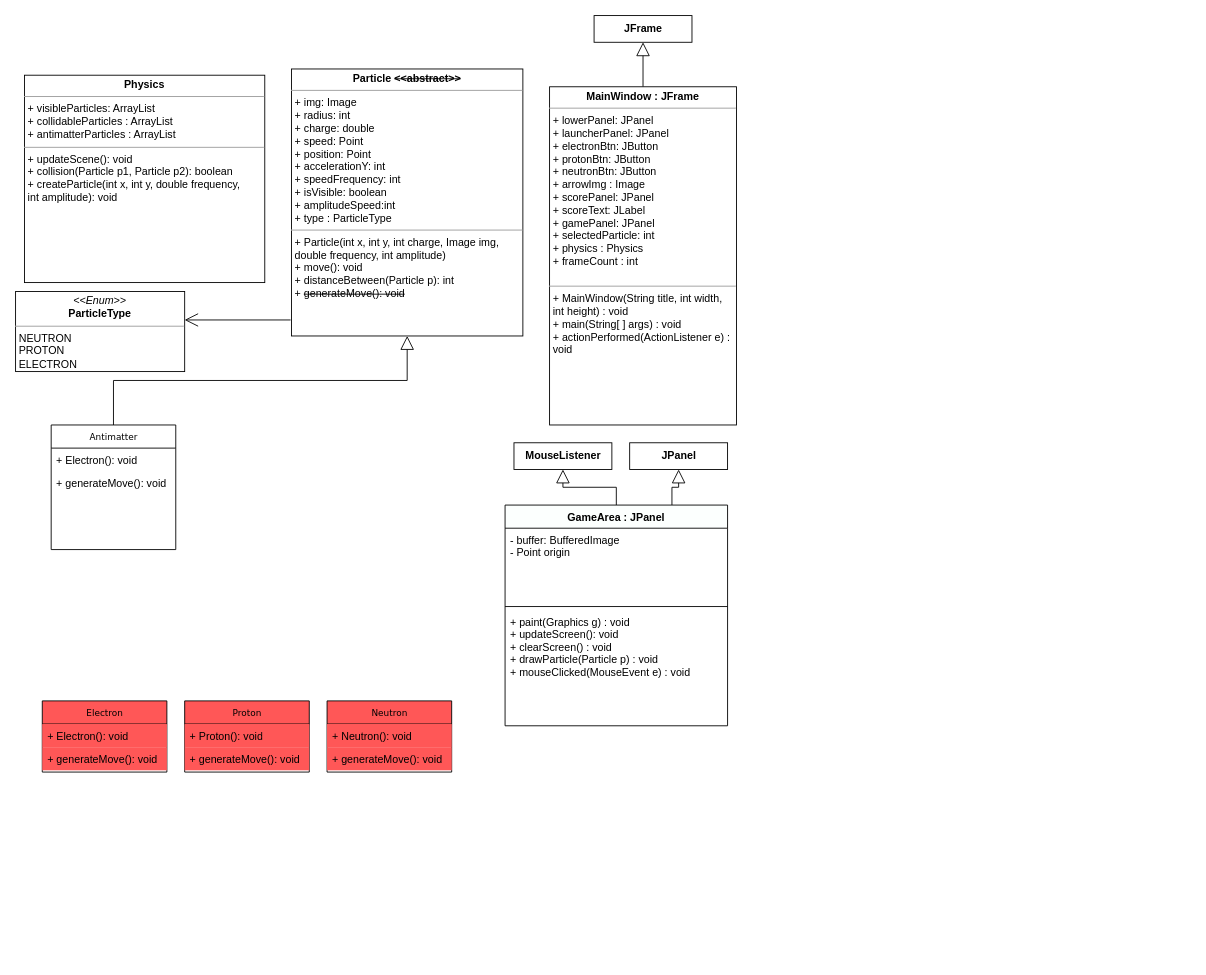
This is DiagrammeUML.drawio from Iman974/Algo_Proj2A, a draw.io file, before an edit. Source tidied: cells renumbered, new cells numbered last; positions are measured from the earlier drawing's top-left corner, leaving out a move shared by most shapes. Both pictures are drawn from the tidied source at 89%, with x=0, y=0 at pixel (15, 15).
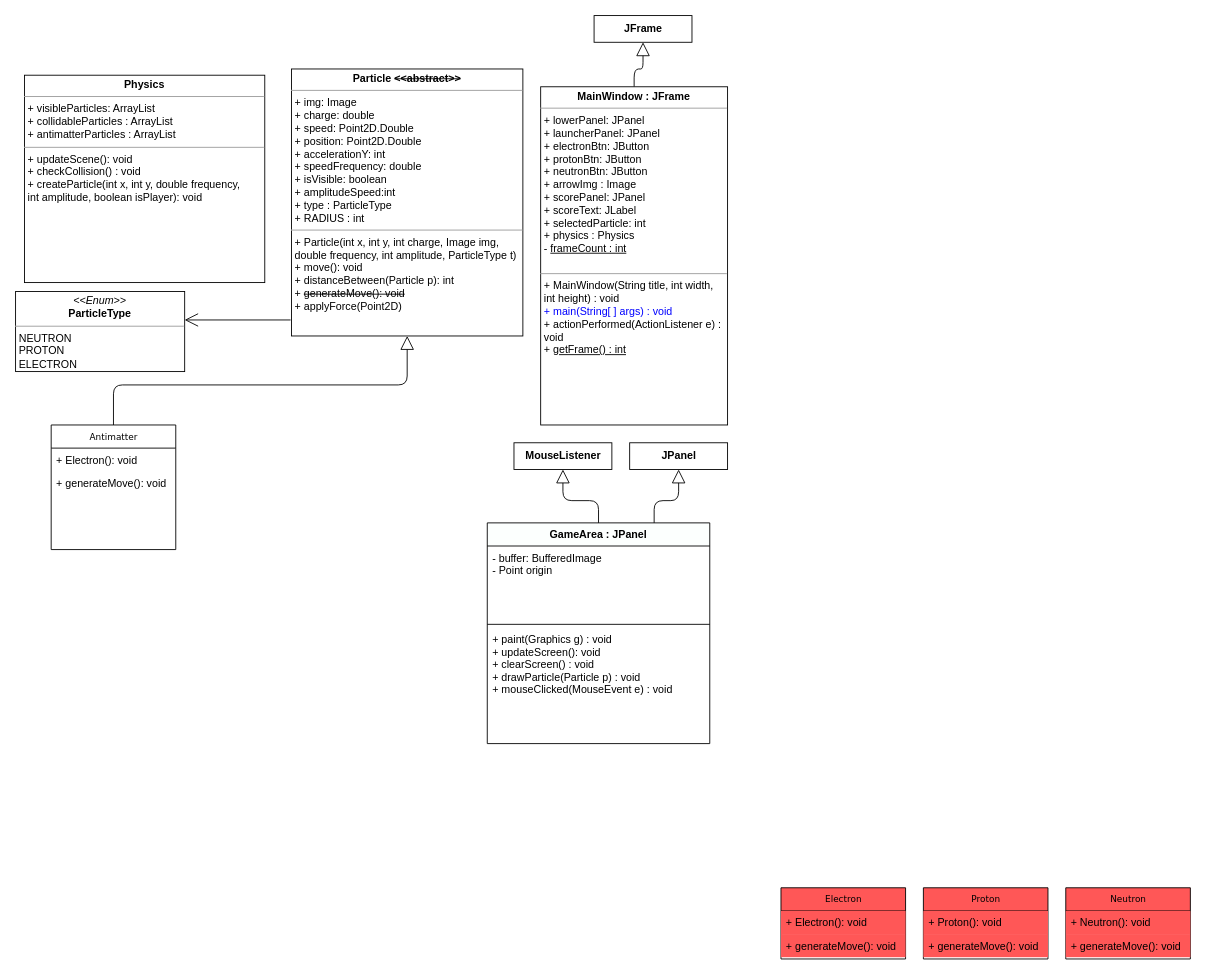
The same diagram, later.

The change refers to these unchanged cells:
```xml
<mxCell id="15" value="Antimatter" style="swimlane;html=1;fontStyle=0;horizontal=1;startSize=26;fillColor=none;swimlaneFillColor=#ffffff;rounded=0;shadow=0;comic=0;labelBackgroundColor=none;strokeWidth=1;fontFamily=Verdana;fontSize=10;align=center;" parent="1" vertex="1">
  <mxGeometry x="40" y="460" width="140" height="140" as="geometry" />
</mxCell>
<mxCell id="18" value="&lt;p style=&quot;margin: 0px ; margin-top: 4px ; text-align: center&quot;&gt;&lt;i&gt;&amp;lt;&amp;lt;Enum&amp;gt;&amp;gt;&lt;/i&gt;&lt;br&gt;&lt;b&gt;ParticleType&lt;/b&gt;&lt;/p&gt;&lt;hr size=&quot;1&quot;&gt;&lt;p style=&quot;margin: 0px ; margin-left: 4px&quot;&gt;NEUTRON&lt;/p&gt;&lt;p style=&quot;margin: 0px ; margin-left: 4px&quot;&gt;PROTON&lt;br&gt;ELECTRON&lt;/p&gt;" style="verticalAlign=top;align=left;overflow=fill;fontSize=12;fontFamily=Helvetica;html=1;fillColor=#FFFFFF;noLabel=0;enumerate=0;" parent="1" vertex="1">
  <mxGeometry y="310" width="190" height="90" as="geometry" />
</mxCell>
<mxCell id="27" value="&lt;b&gt;JFrame&lt;/b&gt;" style="html=1;" parent="1" vertex="1">
  <mxGeometry x="650" width="110" height="30" as="geometry" />
</mxCell>
<mxCell id="28" value="&lt;b&gt;MouseListener&lt;/b&gt;" style="html=1;" parent="1" vertex="1">
  <mxGeometry x="560" y="480" width="110" height="30" as="geometry" />
</mxCell>
<mxCell id="29" value="&lt;b&gt;JPanel&lt;br&gt;&lt;/b&gt;" style="html=1;" parent="1" vertex="1">
  <mxGeometry x="690" y="480" width="110" height="30" as="geometry" />
</mxCell>
```

What changed in the source:
```diff
@@
     <mxCell id="2" value="Neutron" style="swimlane;html=1;fontStyle=0;horizontal=1;startSize=26;fillColor=#FF5757;swimlaneFillColor=#ffffff;rounded=0;shadow=0;comic=0;labelBackgroundColor=none;strokeWidth=1;fontFamily=Verdana;fontSize=10;align=center;" parent="1" vertex="1">
-      <mxGeometry x="350" y="770" width="140" height="80" as="geometry" />
+      <mxGeometry x="1180" y="980" width="140" height="80" as="geometry" />
     </mxCell>
@@
-    <mxCell id="5" value="&lt;p style=&quot;margin: 0px ; margin-top: 4px ; text-align: center&quot;&gt;&lt;b&gt;Physics&lt;/b&gt;&lt;/p&gt;&lt;hr size=&quot;1&quot;&gt;&lt;p style=&quot;margin: 0px ; margin-left: 4px&quot;&gt;+ visibleParticles: ArrayList&lt;br&gt;&lt;/p&gt;&lt;p style=&quot;margin: 0px ; margin-left: 4px&quot;&gt;+ collidableParticles : ArrayList&lt;/p&gt;&lt;p style=&quot;margin: 0px ; margin-left: 4px&quot;&gt;+ antimatterParticles : ArrayList&lt;/p&gt;&lt;hr size=&quot;1&quot;&gt;&lt;p style=&quot;margin: 0px ; margin-left: 4px&quot;&gt;+ updateScene(): void&lt;br&gt;+ collision(Particle p1, Particle p2)&lt;span&gt;:&amp;nbsp;&lt;/span&gt;&lt;span&gt;boolean&lt;/span&gt;&lt;/p&gt;&lt;p style=&quot;margin: 0px ; margin-left: 4px&quot;&gt;&lt;span&gt;+ createParticle(int x, int y, double frequency,&lt;/span&gt;&lt;/p&gt;&lt;p style=&quot;margin: 0px ; margin-left: 4px&quot;&gt;&lt;span&gt;int amplitude): void&lt;/span&gt;&lt;/p&gt;" style="verticalAlign=top;align=left;overflow=fill;fontSize=12;fontFamily=Helvetica;html=1;rounded=0;shadow=0;comic=0;labelBackgroundColor=none;strokeWidth=1;" parent="1" vertex="1">
+    <mxCell id="5" value="&lt;p style=&quot;margin: 0px ; margin-top: 4px ; text-align: center&quot;&gt;&lt;b&gt;Physics&lt;/b&gt;&lt;/p&gt;&lt;hr size=&quot;1&quot;&gt;&lt;p style=&quot;margin: 0px ; margin-left: 4px&quot;&gt;+ visibleParticles: ArrayList&lt;br&gt;&lt;/p&gt;&lt;p style=&quot;margin: 0px ; margin-left: 4px&quot;&gt;+ collidableParticles : ArrayList&lt;/p&gt;&lt;p style=&quot;margin: 0px ; margin-left: 4px&quot;&gt;+ antimatterParticles : ArrayList&lt;/p&gt;&lt;hr size=&quot;1&quot;&gt;&lt;p style=&quot;margin: 0px ; margin-left: 4px&quot;&gt;+ updateScene(): void&lt;br&gt;+ checkCollision() : void&lt;/p&gt;&lt;p style=&quot;margin: 0px ; margin-left: 4px&quot;&gt;&lt;span&gt;+ createParticle(int x, int y, double frequency,&lt;/span&gt;&lt;/p&gt;&lt;p style=&quot;margin: 0px ; margin-left: 4px&quot;&gt;&lt;span&gt;int amplitude, boolean isPlayer): void&lt;/span&gt;&lt;/p&gt;" style="verticalAlign=top;align=left;overflow=fill;fontSize=12;fontFamily=Helvetica;html=1;rounded=0;shadow=0;comic=0;labelBackgroundColor=none;strokeWidth=1;" parent="1" vertex="1">
       <mxGeometry x="10" y="67" width="270" height="233" as="geometry" />
     </mxCell>
-    <mxCell id="6" value="&lt;p style=&quot;margin: 0px ; margin-top: 4px ; text-align: center&quot;&gt;&lt;b&gt;Particle &lt;strike&gt;&amp;lt;&amp;lt;abstract&amp;gt;&amp;gt;&lt;/strike&gt;&lt;/b&gt;&lt;/p&gt;&lt;hr size=&quot;1&quot;&gt;&lt;p style=&quot;margin: 0px ; margin-left: 4px&quot;&gt;+ img: Image&lt;br&gt;+ radius: int&lt;/p&gt;&lt;p style=&quot;margin: 0px ; margin-left: 4px&quot;&gt;+ charge: double&lt;/p&gt;&lt;p style=&quot;margin: 0px ; margin-left: 4px&quot;&gt;+ speed: Point&lt;/p&gt;&lt;p style=&quot;margin: 0px ; margin-left: 4px&quot;&gt;+ position: Point&lt;/p&gt;&lt;p style=&quot;margin: 0px ; margin-left: 4px&quot;&gt;+ accelerationY: int&lt;/p&gt;&lt;p style=&quot;margin: 0px ; margin-left: 4px&quot;&gt;+ speedFrequency: int&lt;/p&gt;&lt;p style=&quot;margin: 0px ; margin-left: 4px&quot;&gt;+ isVisible: boolean&lt;/p&gt;&lt;p style=&quot;margin: 0px ; margin-left: 4px&quot;&gt;+ amplitudeSpeed:int&lt;/p&gt;&lt;p style=&quot;margin: 0px ; margin-left: 4px&quot;&gt;+ type : ParticleType&lt;/p&gt;&lt;hr size=&quot;1&quot;&gt;&lt;p style=&quot;margin: 0px ; margin-left: 4px&quot;&gt;+ Particle(int x, int y, int charge, Image img,&lt;/p&gt;&lt;p style=&quot;margin: 0px ; margin-left: 4px&quot;&gt;&lt;span&gt;double frequency, int amplitude)&lt;/span&gt;&lt;/p&gt;&lt;p style=&quot;margin: 0px ; margin-left: 4px&quot;&gt;+ move(): void&lt;br&gt;+ distanceBetween(Particle p): int&lt;/p&gt;&lt;p style=&quot;margin: 0px ; margin-left: 4px&quot;&gt;+&amp;nbsp;&lt;strike&gt;generateMove(): void&lt;/strike&gt;&lt;/p&gt;" style="verticalAlign=top;align=left;overflow=fill;fontSize=12;fontFamily=Helvetica;html=1;rounded=0;shadow=0;comic=0;labelBackgroundColor=none;strokeWidth=1;" parent="1" vertex="1">
+    <mxCell id="6" value="&lt;p style=&quot;margin: 0px ; margin-top: 4px ; text-align: center&quot;&gt;&lt;b&gt;Particle &lt;strike&gt;&amp;lt;&amp;lt;abstract&amp;gt;&amp;gt;&lt;/strike&gt;&lt;/b&gt;&lt;/p&gt;&lt;hr size=&quot;1&quot;&gt;&lt;p style=&quot;margin: 0px ; margin-left: 4px&quot;&gt;+ img: Image&lt;br&gt;&lt;/p&gt;&lt;p style=&quot;margin: 0px ; margin-left: 4px&quot;&gt;+ charge: double&lt;/p&gt;&lt;p style=&quot;margin: 0px ; margin-left: 4px&quot;&gt;+ speed: Point2D.Double&lt;/p&gt;&lt;p style=&quot;margin: 0px ; margin-left: 4px&quot;&gt;+ position: Point2D.Double&lt;/p&gt;&lt;p style=&quot;margin: 0px ; margin-left: 4px&quot;&gt;+ accelerationY: int&lt;/p&gt;&lt;p style=&quot;margin: 0px ; margin-left: 4px&quot;&gt;+ speedFrequency: double&lt;/p&gt;&lt;p style=&quot;margin: 0px ; margin-left: 4px&quot;&gt;+ isVisible: boolean&lt;/p&gt;&lt;p style=&quot;margin: 0px ; margin-left: 4px&quot;&gt;+ amplitudeSpeed:int&lt;/p&gt;&lt;p style=&quot;margin: 0px ; margin-left: 4px&quot;&gt;+ type : ParticleType&lt;/p&gt;&lt;p style=&quot;margin: 0px ; margin-left: 4px&quot;&gt;+ RADIUS : int&lt;/p&gt;&lt;hr size=&quot;1&quot;&gt;&lt;p style=&quot;margin: 0px ; margin-left: 4px&quot;&gt;+ Particle(int x, int y, int charge, Image img,&lt;/p&gt;&lt;p style=&quot;margin: 0px ; margin-left: 4px&quot;&gt;&lt;span&gt;double frequency, int amplitude, ParticleType t)&lt;/span&gt;&lt;/p&gt;&lt;p style=&quot;margin: 0px ; margin-left: 4px&quot;&gt;+ move(): void&lt;br&gt;+ distanceBetween(Particle p): int&lt;/p&gt;&lt;p style=&quot;margin: 0px ; margin-left: 4px&quot;&gt;+&amp;nbsp;&lt;strike&gt;generateMove(): void&lt;/strike&gt;&lt;/p&gt;&lt;p style=&quot;margin: 0px ; margin-left: 4px&quot;&gt;+ applyForce(Point2D)&lt;/p&gt;" style="verticalAlign=top;align=left;overflow=fill;fontSize=12;fontFamily=Helvetica;html=1;rounded=0;shadow=0;comic=0;labelBackgroundColor=none;strokeWidth=1;" parent="1" vertex="1">
       <mxGeometry x="310" y="60" width="260" height="300" as="geometry" />
     </mxCell>
-    <mxCell id="7" style="edgeStyle=orthogonalEdgeStyle;rounded=0;jettySize=auto;html=1;exitX=0.5;exitY=0;exitDx=0;exitDy=0;entryX=0.5;entryY=1;entryDx=0;entryDy=0;endArrow=block;endFill=0;strokeWidth=1;endSize=13;" parent="1" edge="1" source="8" target="27">
+    <mxCell id="7" style="edgeStyle=orthogonalEdgeStyle;rounded=1;jettySize=auto;html=1;exitX=0.5;exitY=0;exitDx=0;exitDy=0;entryX=0.5;entryY=1;entryDx=0;entryDy=0;endArrow=block;endFill=0;strokeWidth=1;endSize=13;" parent="1" edge="1" source="8" target="27">
       <mxGeometry relative="1" as="geometry" />
     </mxCell>
-    <mxCell id="8" value="&lt;p style=&quot;margin: 0px ; margin-top: 4px ; text-align: center&quot;&gt;&lt;b&gt;MainWindow : JFrame&lt;/b&gt;&lt;/p&gt;&lt;hr size=&quot;1&quot;&gt;&lt;p style=&quot;margin: 0px ; margin-left: 4px&quot;&gt;+ lowerPanel: JPanel&lt;/p&gt;&lt;p style=&quot;margin: 0px ; margin-left: 4px&quot;&gt;+ launcherPanel: JPanel&lt;/p&gt;&lt;p style=&quot;margin: 0px ; margin-left: 4px&quot;&gt;+ electronBtn: JButton&lt;/p&gt;&lt;p style=&quot;margin: 0px ; margin-left: 4px&quot;&gt;+ protonBtn: JButton&lt;/p&gt;&lt;p style=&quot;margin: 0px ; margin-left: 4px&quot;&gt;+ neutronBtn: JButton&lt;/p&gt;&lt;p style=&quot;margin: 0px ; margin-left: 4px&quot;&gt;+ arrowImg : Image&lt;/p&gt;&lt;p style=&quot;margin: 0px ; margin-left: 4px&quot;&gt;+ scorePanel: JPanel&lt;/p&gt;&lt;p style=&quot;margin: 0px ; margin-left: 4px&quot;&gt;+ scoreText: JLabel&lt;/p&gt;&lt;p style=&quot;margin: 0px ; margin-left: 4px&quot;&gt;+ gamePanel: JPanel&lt;/p&gt;&lt;p style=&quot;margin: 0px ; margin-left: 4px&quot;&gt;+ selectedParticle: int&lt;/p&gt;&lt;p style=&quot;margin: 0px ; margin-left: 4px&quot;&gt;+ physics : Physics&lt;/p&gt;&lt;p style=&quot;margin: 0px ; margin-left: 4px&quot;&gt;+ frameCount : int&lt;/p&gt;&lt;p style=&quot;margin: 0px ; margin-left: 4px&quot;&gt;&lt;br&gt;&lt;/p&gt;&lt;hr size=&quot;1&quot;&gt;&lt;p style=&quot;margin: 0px ; margin-left: 4px&quot;&gt;+ MainWindow(String title, int width,&lt;/p&gt;&lt;p style=&quot;margin: 0px ; margin-left: 4px&quot;&gt;int height) : void&lt;/p&gt;&lt;p style=&quot;margin: 0px ; margin-left: 4px&quot;&gt;+ main(String[ ] args) : void&lt;/p&gt;&lt;p style=&quot;margin: 0px ; margin-left: 4px&quot;&gt;+ actionPerformed(ActionListener e) :&lt;br&gt;void&lt;/p&gt;" style="verticalAlign=top;align=left;overflow=fill;fontSize=12;fontFamily=Helvetica;html=1;rounded=0;shadow=0;comic=0;labelBackgroundColor=none;strokeWidth=1;" parent="1" vertex="1">
-      <mxGeometry x="600" y="80" width="210" height="380" as="geometry" />
+    <mxCell id="8" value="&lt;p style=&quot;margin: 0px ; margin-top: 4px ; text-align: center&quot;&gt;&lt;b&gt;MainWindow : JFrame&lt;/b&gt;&lt;/p&gt;&lt;hr size=&quot;1&quot;&gt;&lt;p style=&quot;margin: 0px ; margin-left: 4px&quot;&gt;+ lowerPanel: JPanel&lt;/p&gt;&lt;p style=&quot;margin: 0px ; margin-left: 4px&quot;&gt;+ launcherPanel: JPanel&lt;/p&gt;&lt;p style=&quot;margin: 0px ; margin-left: 4px&quot;&gt;+ electronBtn: JButton&lt;/p&gt;&lt;p style=&quot;margin: 0px ; margin-left: 4px&quot;&gt;+ protonBtn: JButton&lt;/p&gt;&lt;p style=&quot;margin: 0px ; margin-left: 4px&quot;&gt;+ neutronBtn: JButton&lt;/p&gt;&lt;p style=&quot;margin: 0px ; margin-left: 4px&quot;&gt;+ arrowImg : Image&lt;/p&gt;&lt;p style=&quot;margin: 0px ; margin-left: 4px&quot;&gt;+ scorePanel: JPanel&lt;/p&gt;&lt;p style=&quot;margin: 0px ; margin-left: 4px&quot;&gt;+ scoreText: JLabel&lt;/p&gt;&lt;p style=&quot;margin: 0px ; margin-left: 4px&quot;&gt;+ selectedParticle: int&lt;/p&gt;&lt;p style=&quot;margin: 0px ; margin-left: 4px&quot;&gt;+ physics : Physics&lt;/p&gt;&lt;p style=&quot;margin: 0px ; margin-left: 4px&quot;&gt;- &lt;u&gt;frameCount : int&lt;/u&gt;&lt;/p&gt;&lt;p style=&quot;margin: 0px ; margin-left: 4px&quot;&gt;&lt;br&gt;&lt;/p&gt;&lt;hr size=&quot;1&quot;&gt;&lt;p style=&quot;margin: 0px ; margin-left: 4px&quot;&gt;+ MainWindow(String title, int width,&lt;/p&gt;&lt;p style=&quot;margin: 0px ; margin-left: 4px&quot;&gt;int height) : void&lt;/p&gt;&lt;p style=&quot;margin: 0px ; margin-left: 4px&quot;&gt;&lt;font color=&quot;#0000ff&quot;&gt;+ main(String[ ] args) : void&lt;/font&gt;&lt;/p&gt;&lt;p style=&quot;margin: 0px ; margin-left: 4px&quot;&gt;+ actionPerformed(ActionListener e) :&lt;br&gt;void&lt;/p&gt;&lt;p style=&quot;margin: 0px ; margin-left: 4px&quot;&gt;+ &lt;u&gt;getFrame() : int&lt;/u&gt;&lt;/p&gt;" style="verticalAlign=top;align=left;overflow=fill;fontSize=12;fontFamily=Helvetica;html=1;rounded=0;shadow=0;comic=0;labelBackgroundColor=none;strokeWidth=1;" parent="1" vertex="1">
+      <mxGeometry x="590" y="80" width="210" height="380" as="geometry" />
     </mxCell>
     <mxCell id="9" value="Proton" style="swimlane;html=1;fontStyle=0;horizontal=1;startSize=26;fillColor=#FF5757;swimlaneFillColor=#ffffff;rounded=0;shadow=0;comic=0;labelBackgroundColor=none;strokeWidth=1;fontFamily=Verdana;fontSize=10;align=center;" parent="1" vertex="1">
-      <mxGeometry x="190" y="770" width="140" height="80" as="geometry" />
+      <mxGeometry x="1020" y="980" width="140" height="80" as="geometry" />
     </mxCell>
@@
     <mxCell id="12" value="Electron" style="swimlane;html=1;fontStyle=0;horizontal=1;startSize=26;fillColor=#FF5757;swimlaneFillColor=#ffffff;rounded=0;shadow=0;comic=0;labelBackgroundColor=none;strokeWidth=1;fontFamily=Verdana;fontSize=10;align=center;" parent="1" vertex="1">
-      <mxGeometry x="30" y="770" width="140" height="80" as="geometry" />
+      <mxGeometry x="860" y="980" width="140" height="80" as="geometry" />
     </mxCell>
@@
-    <mxCell id="19" style="edgeStyle=orthogonalEdgeStyle;rounded=0;jettySize=auto;html=1;endArrow=block;endFill=0;jumpSize=6;strokeWidth=1;endSize=13;exitX=0.5;exitY=0;exitDx=0;exitDy=0;entryX=0.5;entryY=1;entryDx=0;entryDy=0;orthogonal=1;" parent="1" edge="1" source="15" target="6">
-      <mxGeometry relative="1" as="geometry">
-        <Array as="points">
-          <mxPoint x="110" y="410" />
-          <mxPoint x="440" y="410" />
-        </Array>
-      </mxGeometry>
+    <mxCell id="19" style="edgeStyle=orthogonalEdgeStyle;jettySize=auto;html=1;endArrow=block;endFill=0;jumpSize=6;strokeWidth=1;endSize=13;exitX=0.5;exitY=0;exitDx=0;exitDy=0;entryX=0.5;entryY=1;entryDx=0;entryDy=0;orthogonal=1;shadow=0;sketch=0;rounded=1;" parent="1" edge="1" source="15" target="6">
+      <mxGeometry relative="1" as="geometry" />
     </mxCell>
-    <mxCell id="20" style="edgeStyle=orthogonalEdgeStyle;rounded=0;jettySize=auto;html=1;endSize=0;endArrow=none;endFill=0;startArrow=open;startFill=0;targetPerimeterSpacing=0;startSize=13;orthogonal=1;" parent="1" edge="1" source="18">
+    <mxCell id="20" style="edgeStyle=orthogonalEdgeStyle;rounded=1;jettySize=auto;html=1;endSize=0;endArrow=none;endFill=0;startArrow=open;startFill=0;targetPerimeterSpacing=0;startSize=13;orthogonal=1;" parent="1" edge="1" source="18">
       <mxGeometry relative="1" as="geometry">
         <mxPoint x="309" y="342" as="targetPoint" />
         <Array as="points">
           <mxPoint x="309" y="342" />
         </Array>
       </mxGeometry>
     </mxCell>
-    <mxCell id="21" style="edgeStyle=orthogonalEdgeStyle;rounded=0;jettySize=auto;html=1;exitX=0.5;exitY=0;exitDx=0;exitDy=0;entryX=0.5;entryY=1;entryDx=0;entryDy=0;endArrow=block;endFill=0;endSize=13;strokeWidth=1;" parent="1" edge="1" source="23" target="28">
+    <mxCell id="21" style="edgeStyle=orthogonalEdgeStyle;rounded=1;jettySize=auto;html=1;exitX=0.5;exitY=0;exitDx=0;exitDy=0;entryX=0.5;entryY=1;entryDx=0;entryDy=0;endArrow=block;endFill=0;endSize=13;strokeWidth=1;" parent="1" edge="1" source="23" target="28">
       <mxGeometry relative="1" as="geometry" />
     </mxCell>
-    <mxCell id="22" style="edgeStyle=orthogonalEdgeStyle;rounded=0;jettySize=auto;html=1;exitX=0.75;exitY=0;exitDx=0;exitDy=0;endArrow=block;endFill=0;endSize=13;strokeWidth=1;" parent="1" edge="1" source="23" target="29">
+    <mxCell id="22" style="edgeStyle=orthogonalEdgeStyle;rounded=1;jettySize=auto;html=1;exitX=0.75;exitY=0;exitDx=0;exitDy=0;endArrow=block;endFill=0;endSize=13;strokeWidth=1;" parent="1" edge="1" source="23" target="29">
       <mxGeometry relative="1" as="geometry" />
     </mxCell>
     <mxCell id="23" value="GameArea : JPanel" style="swimlane;fontStyle=1;align=center;verticalAlign=top;horizontal=1;startSize=26;fillColor=#FCFFFE;" parent="1" vertex="1">
-      <mxGeometry x="550" y="550" width="250" height="248" as="geometry" />
+      <mxGeometry x="530" y="570" width="250" height="248" as="geometry" />
     </mxCell>
```
